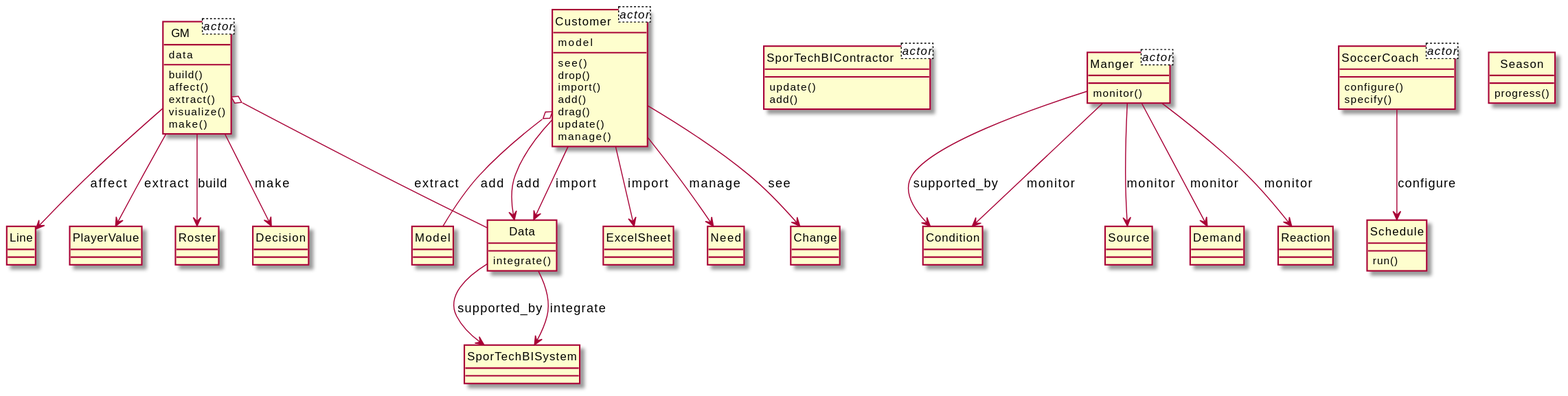
Before: output/diagram_5/2014-USC-Project02.svg, a diagram exported from PlantUML (xixixhalu/DomainModelExtractor).
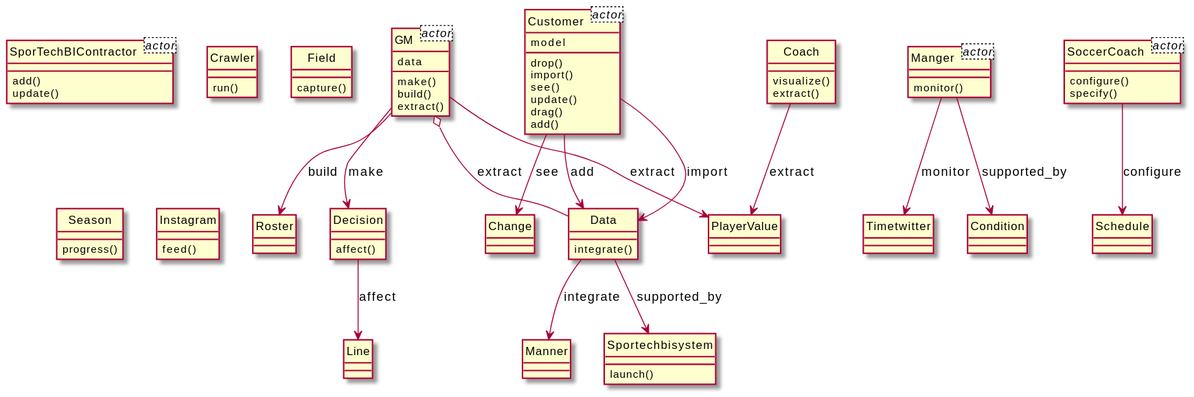
Later version of the same file.

The edit, as a diff of the source:
```diff
@@ -12,85 +12,83 @@
 }
 class SoccerCoach<actor> {
 }
+class Manger {
+	monitor()
+}
+class Timetwitter {
+}
+class GM {
+	make()
+	build()
+	extract()
+}
+class Data {
+	integrate()
+}
+class Crawler {
+	run()
+}
+class PlayerValue {
+}
+class Coach {
+	visualize()
+	extract()
+}
+class Decision {
+	affect()
+}
 class Customer {
-	see()
 	drop()
 	import()
+	see()
+	update()
+	drag()
 	add()
-	drag()
+}
+class Field {
+	capture()
+}
+class Line {
+}
+class Change {
+}
+class SporTechBIContractor {
+	add()
 	update()
-	manage()
 }
-class ExcelSheet {
+class Roster {
+}
+class Sportechbisystem {
+	launch()
 }
 class Season {
 	progress()
-}
-class Manger {
-	monitor()
-}
-class Condition {
-}
-class SporTechBIContractor {
-	update()
-	add()
-}
-class GM {
-	build()
-	affect()
-	extract()
-	visualize()
-	make()
-}
-class Schedule {
-	run()
-}
-class Source {
-}
-class Need {
-}
-class Change {
 }
 class SoccerCoach {
 	configure()
 	specify()
 }
-class Line {
+class Schedule {
 }
-class PlayerValue {
+class Instagram {
+	feed()
 }
-class Data {
-	integrate()
+class Manner {
 }
-class SporTechBISystem {
+class Condition {
 }
-class Demand {
-}
-class Roster {
-}
-class Decision {
-}
-class Reaction {
-}
-class Model {
-}
-Customer --> ExcelSheet : import
+Customer --> Data : add
+Manger --> Timetwitter : monitor
+Customer --> Change : see
+Manger --> Condition : supported_by
+GM --> PlayerValue : extract
+Decision --> Line : affect
+GM --> Roster : build
+SoccerCoach --> Schedule : configure
+Data --> Sportechbisystem : supported_by
 GM o-- Data : extract
-Manger --> Reaction : monitor
-Manger --> Source : monitor
+Coach --> PlayerValue : extract
+Data --> Manner : integrate
+GM --> Decision : make
 Customer --> Data : import
-Customer --> Need : manage
-Customer --> Change : see
-Customer o-- Model : add
-Data --> SporTechBISystem : supported_by
-Manger --> Condition : supported_by
-SoccerCoach --> Schedule : configure
-GM --> Line : affect
-Manger --> Condition : monitor
-GM --> PlayerValue : extract
-Data --> SporTechBISystem : integrate
-GM --> Decision : make
-Customer --> Data : add
-Manger --> Demand : monitor
-GM --> Roster : build
 @enduml
```
